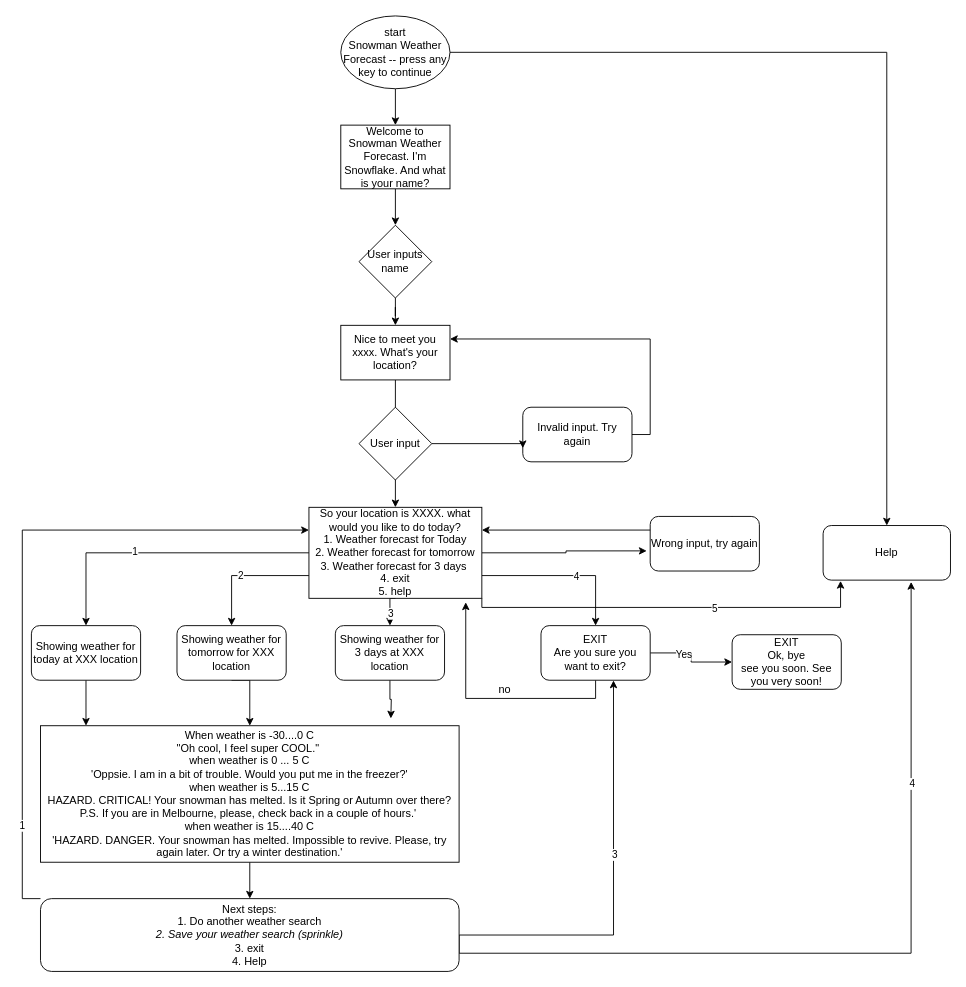
Above: Untitled Diagram.drawio in iri6ka/iri6ka (draw.io), before the change. Source tidied: cells renumbered, new cells numbered last; positions are measured from the earlier drawing's top-left corner, leaving out a move shared by most shapes. Both pictures are drawn from the tidied source at 91%, with x=0, y=0 at pixel (22, 15).
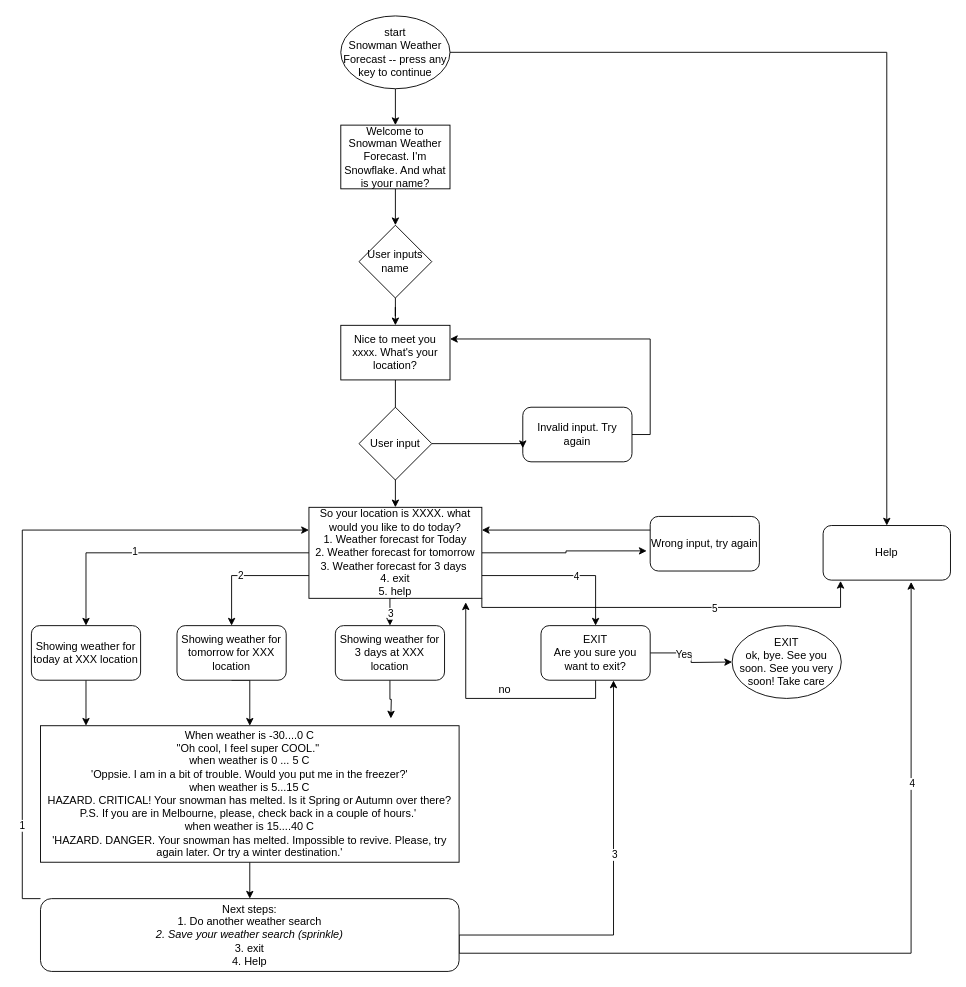
The same diagram, later.

Commit message:
finished diagram - 12 12 20

Unchanged cells that the change refers to:
```xml
<mxCell id="36" value="EXIT&lt;br&gt;Are you sure you want to exit?" style="rounded=1;whiteSpace=wrap;html=1;" parent="1" vertex="1">
  <mxGeometry x="570" y="670" width="120" height="60" as="geometry" />
</mxCell>
```

Diff of the diagram source:
```diff
@@
-    <mxCell id="33" style="edgeStyle=orthogonalEdgeStyle;rounded=0;jettySize=auto;html=1;exitX=1;exitY=0.5;exitDx=0;exitDy=0;entryX=0;entryY=0.5;entryDx=0;entryDy=0;" parent="1" edge="1" source="36" target="42">
-      <mxGeometry relative="1" as="geometry" />
+    <mxCell id="33" style="edgeStyle=orthogonalEdgeStyle;rounded=0;jettySize=auto;html=1;exitX=1;exitY=0.5;exitDx=0;exitDy=0;entryX=0;entryY=0.5;entryDx=0;entryDy=0;" parent="1" edge="1" source="36">
+      <mxGeometry relative="1" as="geometry">
+        <mxPoint x="780" y="710" as="targetPoint" />
+      </mxGeometry>
     </mxCell>
@@
-    <mxCell id="42" value="EXIT &lt;br&gt;Ok, bye&lt;br&gt;see you soon. See you very soon!" style="rounded=1;whiteSpace=wrap;html=1;" parent="1" vertex="1">
-      <mxGeometry x="780" y="680" width="120" height="60" as="geometry" />
-    </mxCell>
@@
+    <mxCell id="51" value="EXIT&lt;br&gt;ok, bye. See you soon. See you very soon! Take care" style="ellipse;whiteSpace=wrap;html=1;" parent="1" vertex="1">
+      <mxGeometry x="780" y="670" width="120" height="80" as="geometry" />
+    </mxCell>
```
